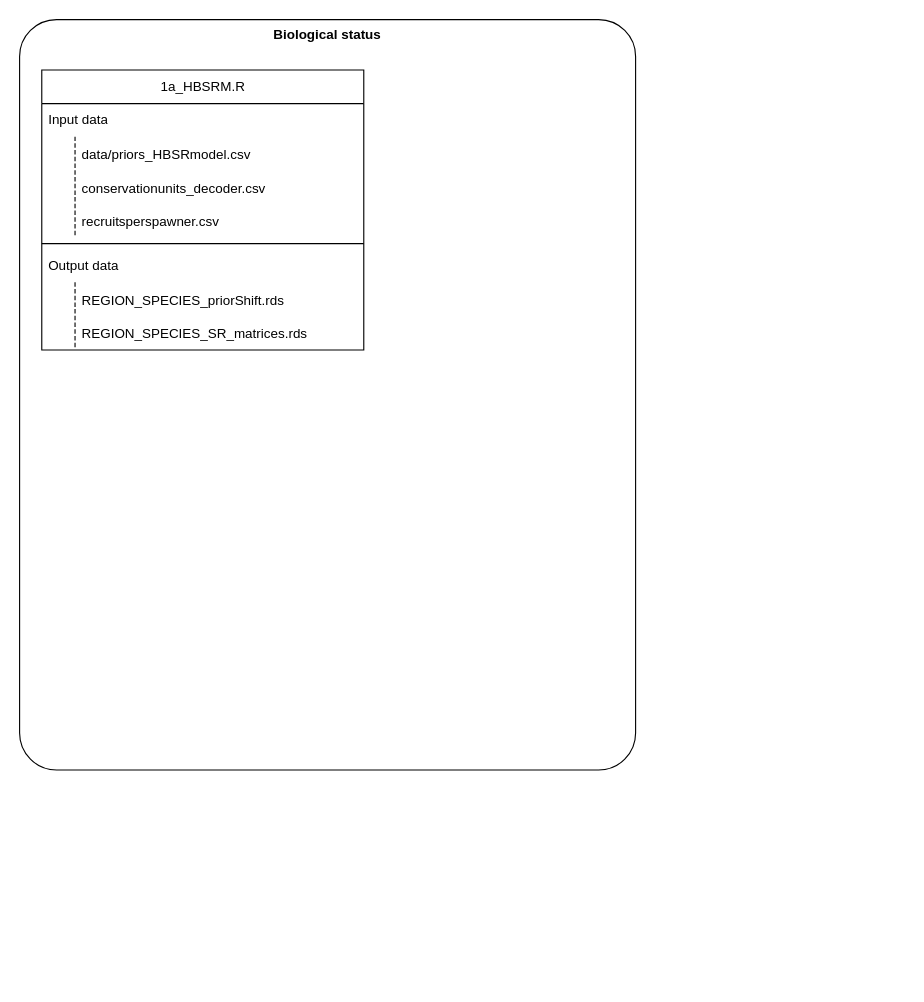
Above: flowcharts/Flowchart_datasets_scripts_population_indicators.drawio in salmonwatersheds/population-indicators (draw.io), before the change. Source tidied: cells renumbered, new cells numbered last; positions are measured from the earlier drawing's top-left corner, leaving out a move shared by most shapes. Both pictures are drawn from the tidied source at 112%, with x=0, y=0 at pixel (19, 19).
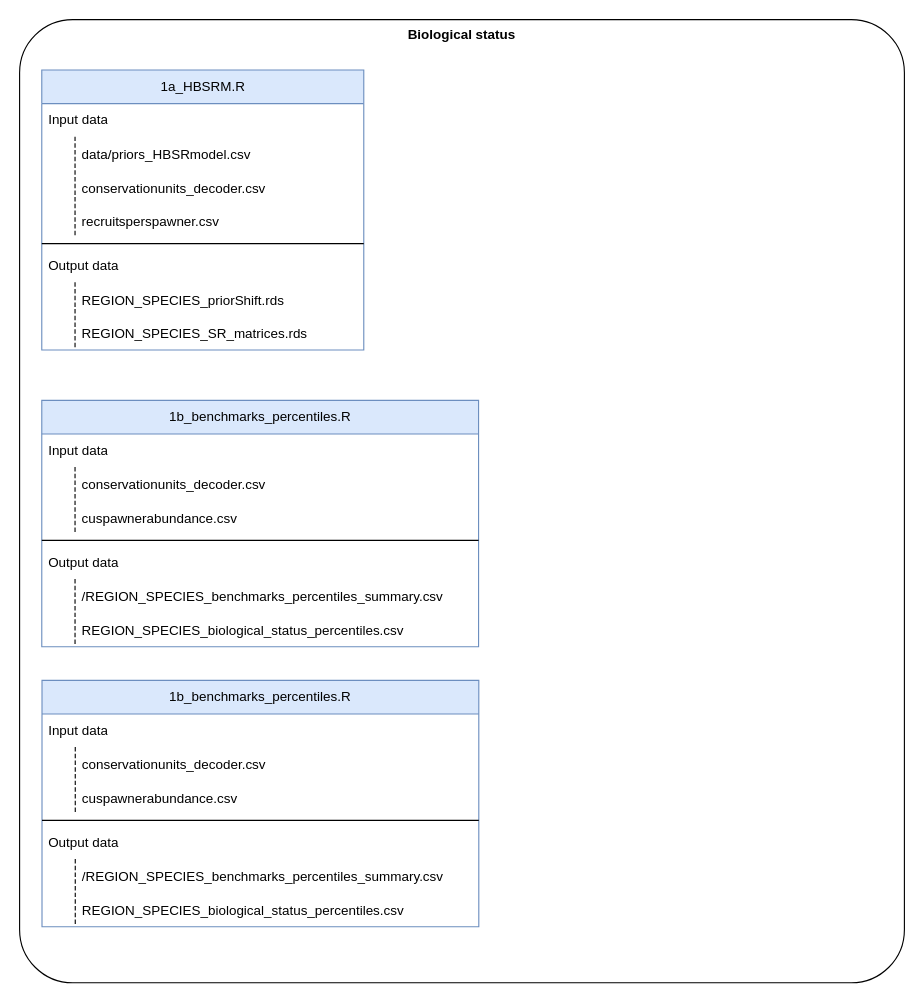
The same page after the edit.

Change to the diagram source:
```diff
@@
     <mxCell id="2" value="&lt;b&gt;Biological status&lt;/b&gt;" style="rounded=1;whiteSpace=wrap;html=1;direction=west;verticalAlign=top;arcSize=6;" parent="1" vertex="1">
-      <mxGeometry width="550" height="670" as="geometry" />
+      <mxGeometry width="790" height="860" as="geometry" />
     </mxCell>
-    <mxCell id="3" value="1a_HBSRM.R" style="swimlane;fontStyle=0;horizontal=1;startSize=30;whiteSpace=wrap;html=1;" parent="2" vertex="1">
+    <mxCell id="3" value="1a_HBSRM.R" style="swimlane;fontStyle=0;horizontal=1;startSize=30;whiteSpace=wrap;html=1;fillColor=#dae8fc;strokeColor=#6c8ebf;" parent="2" vertex="1">
       <mxGeometry x="19.8" y="45" width="287.5" height="250" as="geometry" />
     </mxCell>
@@
+    <mxCell id="17" value="1b_benchmarks_percentiles.R" style="swimlane;fontStyle=0;horizontal=1;startSize=30;whiteSpace=wrap;html=1;fillColor=#dae8fc;strokeColor=#6c8ebf;" parent="2" vertex="1">
+      <mxGeometry x="19.8" y="340" width="390" height="220" as="geometry" />
+    </mxCell>
+    <mxCell id="18" value="Input data" style="text;strokeColor=none;fillColor=none;align=left;verticalAlign=middle;spacingLeft=4;spacingRight=4;overflow=hidden;whiteSpace=wrap;html=1;" parent="17" vertex="1">
+      <mxGeometry y="30" width="390" height="30" as="geometry" />
+    </mxCell>
+    <mxCell id="19" value="conservationunits_decoder.csv" style="shape=partialRectangle;fillColor=none;align=left;verticalAlign=middle;strokeColor=none;spacingLeft=34;" parent="17" vertex="1">
+      <mxGeometry y="60" width="390" height="30" as="geometry" />
+    </mxCell>
+    <mxCell id="20" style="shape=partialRectangle;top=0;left=0;bottom=0;fillColor=none;stokeWidth=1;dashed=1;align=left;verticalAlign=middle;spacingLeft=4;spacingRight=4;overflow=hidden;" parent="19" vertex="1">
+      <mxGeometry width="29.7" height="30" as="geometry" />
+    </mxCell>
+    <mxCell id="21" value="cuspawnerabundance.csv" style="shape=partialRectangle;fillColor=none;align=left;verticalAlign=middle;strokeColor=none;spacingLeft=34;" parent="17" vertex="1">
+      <mxGeometry y="90" width="390" height="30" as="geometry" />
+    </mxCell>
+    <mxCell id="22" style="shape=partialRectangle;top=0;left=0;bottom=0;fillColor=none;stokeWidth=1;dashed=1;align=left;verticalAlign=middle;spacingLeft=4;spacingRight=4;overflow=hidden;" parent="21" vertex="1">
+      <mxGeometry width="29.7" height="30" as="geometry" />
+    </mxCell>
+    <mxCell id="23" style="line;strokeWidth=1;dashed=0;labelPosition=right;align=left;verticalAlign=middle;spacingTop=0;spacingLeft=6;" parent="17" vertex="1">
+      <mxGeometry y="120" width="390" height="10" as="geometry" />
+    </mxCell>
+    <mxCell id="24" value="Output data" style="text;strokeColor=none;fillColor=none;align=left;verticalAlign=middle;spacingLeft=4;spacingRight=4;overflow=hidden;whiteSpace=wrap;html=1;" parent="17" vertex="1">
+      <mxGeometry y="130" width="390" height="30" as="geometry" />
+    </mxCell>
+    <mxCell id="25" value="/REGION_SPECIES_benchmarks_percentiles_summary.csv" style="shape=partialRectangle;fillColor=none;align=left;verticalAlign=middle;strokeColor=none;spacingLeft=34;" parent="17" vertex="1">
+      <mxGeometry y="160" width="390" height="30" as="geometry" />
+    </mxCell>
+    <mxCell id="26" style="shape=partialRectangle;top=0;left=0;bottom=0;fillColor=none;stokeWidth=1;dashed=1;align=left;verticalAlign=middle;spacingLeft=4;spacingRight=4;overflow=hidden;" parent="25" vertex="1">
+      <mxGeometry width="29.7" height="30" as="geometry" />
+    </mxCell>
+    <mxCell id="27" value="REGION_SPECIES_biological_status_percentiles.csv" style="shape=partialRectangle;fillColor=none;align=left;verticalAlign=middle;strokeColor=none;spacingLeft=34;" parent="17" vertex="1">
+      <mxGeometry y="190" width="390" height="30" as="geometry" />
+    </mxCell>
+    <mxCell id="28" style="shape=partialRectangle;top=0;left=0;bottom=0;fillColor=none;stokeWidth=1;dashed=1;align=left;verticalAlign=middle;spacingLeft=4;spacingRight=4;overflow=hidden;" parent="27" vertex="1">
+      <mxGeometry width="29.7" height="30" as="geometry" />
+    </mxCell>
+    <mxCell id="29" value="1b_benchmarks_percentiles.R" style="swimlane;fontStyle=0;horizontal=1;startSize=30;whiteSpace=wrap;html=1;fillColor=#dae8fc;strokeColor=#6c8ebf;" parent="1" vertex="1">
+      <mxGeometry x="20" y="590" width="390" height="220" as="geometry" />
+    </mxCell>
+    <mxCell id="30" value="Input data" style="text;strokeColor=none;fillColor=none;align=left;verticalAlign=middle;spacingLeft=4;spacingRight=4;overflow=hidden;whiteSpace=wrap;html=1;" parent="29" vertex="1">
+      <mxGeometry y="30" width="390" height="30" as="geometry" />
+    </mxCell>
+    <mxCell id="31" value="conservationunits_decoder.csv" style="shape=partialRectangle;fillColor=none;align=left;verticalAlign=middle;strokeColor=none;spacingLeft=34;" parent="29" vertex="1">
+      <mxGeometry y="60" width="390" height="30" as="geometry" />
+    </mxCell>
+    <mxCell id="32" style="shape=partialRectangle;top=0;left=0;bottom=0;fillColor=none;stokeWidth=1;dashed=1;align=left;verticalAlign=middle;spacingLeft=4;spacingRight=4;overflow=hidden;" parent="31" vertex="1">
+      <mxGeometry width="29.7" height="30" as="geometry" />
+    </mxCell>
+    <mxCell id="33" value="cuspawnerabundance.csv" style="shape=partialRectangle;fillColor=none;align=left;verticalAlign=middle;strokeColor=none;spacingLeft=34;" parent="29" vertex="1">
+      <mxGeometry y="90" width="390" height="30" as="geometry" />
+    </mxCell>
+    <mxCell id="34" style="shape=partialRectangle;top=0;left=0;bottom=0;fillColor=none;stokeWidth=1;dashed=1;align=left;verticalAlign=middle;spacingLeft=4;spacingRight=4;overflow=hidden;" parent="33" vertex="1">
+      <mxGeometry width="29.7" height="30" as="geometry" />
+    </mxCell>
+    <mxCell id="35" style="line;strokeWidth=1;dashed=0;labelPosition=right;align=left;verticalAlign=middle;spacingTop=0;spacingLeft=6;" parent="29" vertex="1">
+      <mxGeometry y="120" width="390" height="10" as="geometry" />
+    </mxCell>
+    <mxCell id="36" value="Output data" style="text;strokeColor=none;fillColor=none;align=left;verticalAlign=middle;spacingLeft=4;spacingRight=4;overflow=hidden;whiteSpace=wrap;html=1;" parent="29" vertex="1">
+      <mxGeometry y="130" width="390" height="30" as="geometry" />
+    </mxCell>
+    <mxCell id="37" value="/REGION_SPECIES_benchmarks_percentiles_summary.csv" style="shape=partialRectangle;fillColor=none;align=left;verticalAlign=middle;strokeColor=none;spacingLeft=34;" parent="29" vertex="1">
+      <mxGeometry y="160" width="390" height="30" as="geometry" />
+    </mxCell>
+    <mxCell id="38" style="shape=partialRectangle;top=0;left=0;bottom=0;fillColor=none;stokeWidth=1;dashed=1;align=left;verticalAlign=middle;spacingLeft=4;spacingRight=4;overflow=hidden;" parent="37" vertex="1">
+      <mxGeometry width="29.7" height="30" as="geometry" />
+    </mxCell>
+    <mxCell id="39" value="REGION_SPECIES_biological_status_percentiles.csv" style="shape=partialRectangle;fillColor=none;align=left;verticalAlign=middle;strokeColor=none;spacingLeft=34;" parent="29" vertex="1">
+      <mxGeometry y="190" width="390" height="30" as="geometry" />
+    </mxCell>
+    <mxCell id="40" style="shape=partialRectangle;top=0;left=0;bottom=0;fillColor=none;stokeWidth=1;dashed=1;align=left;verticalAlign=middle;spacingLeft=4;spacingRight=4;overflow=hidden;" parent="39" vertex="1">
+      <mxGeometry width="29.7" height="30" as="geometry" />
+    </mxCell>
```
